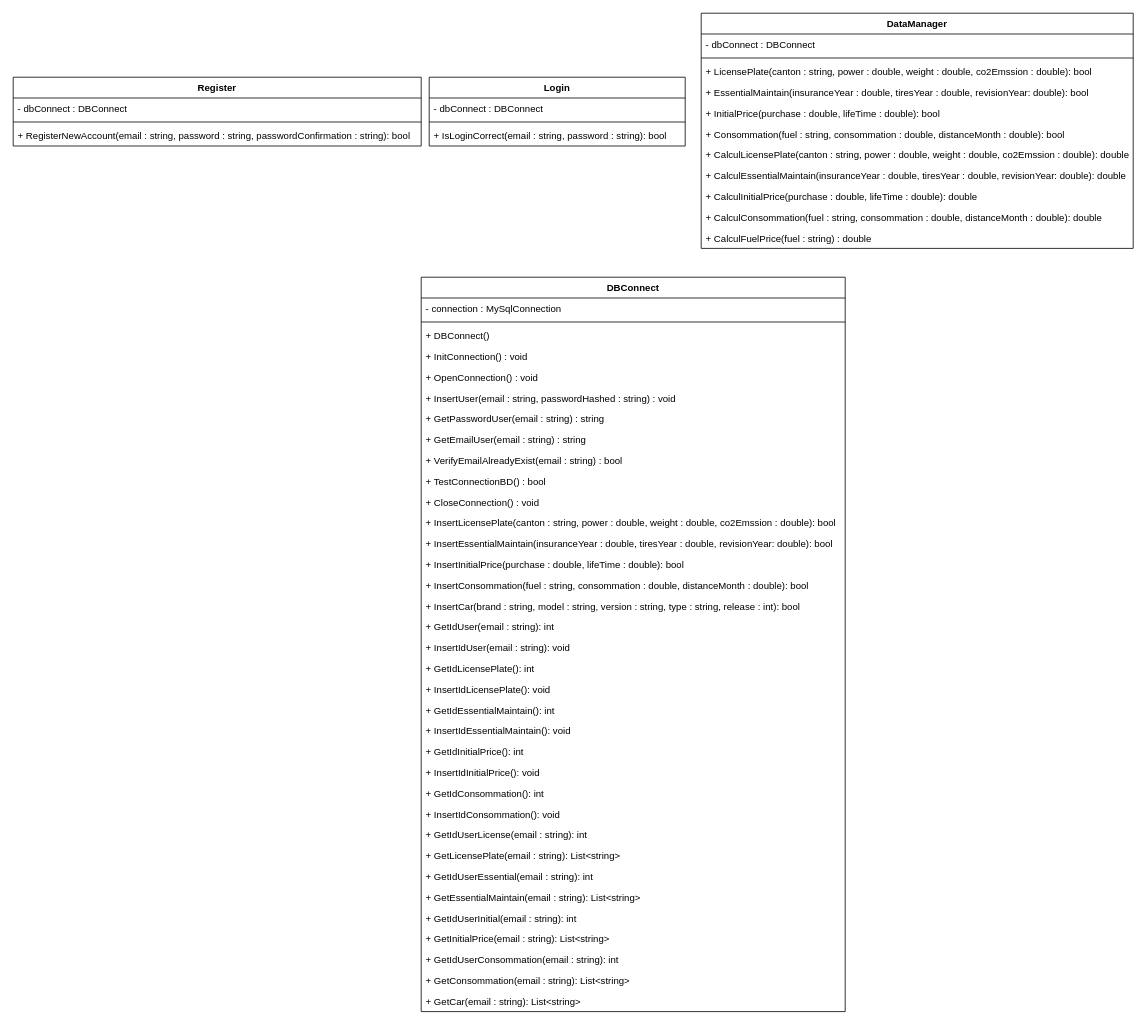
Above: Documentation/Sprint1/diagrammeClasse.drawio in ThomasCPNV/CcubeProject (draw.io), before the change. Source tidied: cells renumbered, new cells numbered last; positions are measured from the earlier drawing's top-left corner, leaving out a move shared by most shapes. Both pictures are drawn from the tidied source at 80%, with x=0, y=0 at pixel (13, 13).
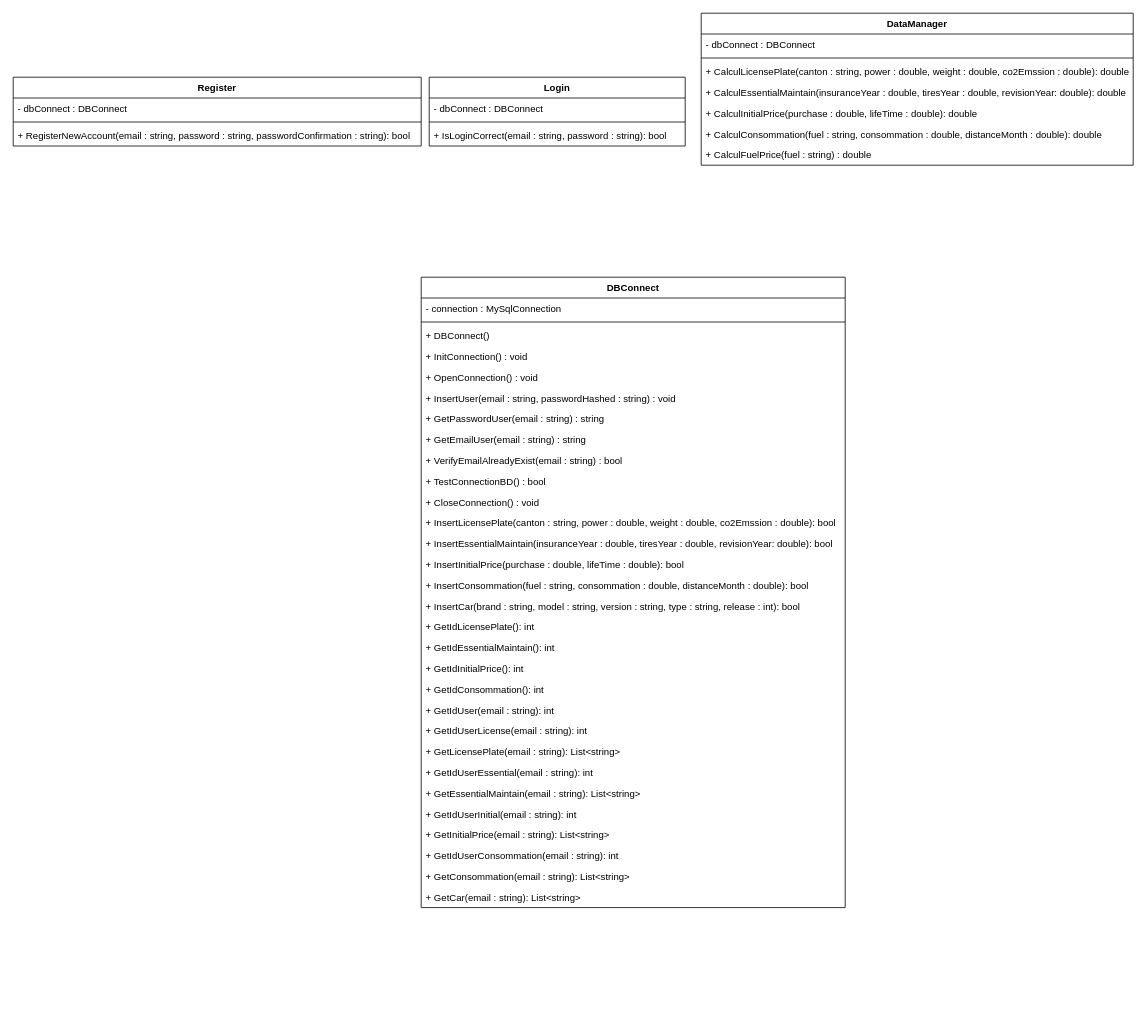
The same page after the edit.

Commit message (it also covers changes not shown here):
correction diagramme de classe

What changed in the source:
```diff
@@
     <mxCell id="10" value="DataManager" style="swimlane;fontStyle=1;align=center;verticalAlign=top;horizontal=1;startSize=26;" parent="1" vertex="1">
-      <mxGeometry x="860" width="540" height="294" as="geometry" />
+      <mxGeometry x="860" width="540" height="190" as="geometry" />
     </mxCell>
@@
-    <mxCell id="13" value="+ LicensePlate(canton : string, power : double, weight : double, co2Emssion : double): bool" style="text;strokeColor=none;fillColor=none;align=left;verticalAlign=top;spacingLeft=4;spacingRight=4;overflow=hidden;" parent="10" vertex="1">
-      <mxGeometry y="60" width="540" height="26" as="geometry" />
-    </mxCell>
-    <mxCell id="14" value="+ EssentialMaintain(insuranceYear : double, tiresYear : double, revisionYear: double): bool" style="text;strokeColor=none;fillColor=none;align=left;verticalAlign=top;spacingLeft=4;spacingRight=4;overflow=hidden;" parent="10" vertex="1">
-      <mxGeometry y="86" width="540" height="26" as="geometry" />
-    </mxCell>
-    <mxCell id="15" value="+ InitialPrice(purchase : double, lifeTime : double): bool" style="text;strokeColor=none;fillColor=none;align=left;verticalAlign=top;spacingLeft=4;spacingRight=4;overflow=hidden;" parent="10" vertex="1">
-      <mxGeometry y="112" width="540" height="26" as="geometry" />
-    </mxCell>
-    <mxCell id="16" value="+ Consommation(fuel : string, consommation : double, distanceMonth : double): bool" style="text;strokeColor=none;fillColor=none;align=left;verticalAlign=top;spacingLeft=4;spacingRight=4;overflow=hidden;" parent="10" vertex="1">
-      <mxGeometry y="138" width="540" height="26" as="geometry" />
-    </mxCell>
     <mxCell id="17" value="+ CalculLicensePlate(canton : string, power : double, weight : double, co2Emssion : double): double" style="text;strokeColor=none;fillColor=none;align=left;verticalAlign=top;spacingLeft=4;spacingRight=4;overflow=hidden;" parent="10" vertex="1">
-      <mxGeometry y="164" width="540" height="26" as="geometry" />
+      <mxGeometry y="60" width="540" height="26" as="geometry" />
     </mxCell>
     <mxCell id="18" value="+ CalculEssentialMaintain(insuranceYear : double, tiresYear : double, revisionYear: double): double" style="text;strokeColor=none;fillColor=none;align=left;verticalAlign=top;spacingLeft=4;spacingRight=4;overflow=hidden;" parent="10" vertex="1">
-      <mxGeometry y="190" width="540" height="26" as="geometry" />
+      <mxGeometry y="86" width="540" height="26" as="geometry" />
     </mxCell>
     <mxCell id="19" value="+ CalculInitialPrice(purchase : double, lifeTime : double): double" style="text;strokeColor=none;fillColor=none;align=left;verticalAlign=top;spacingLeft=4;spacingRight=4;overflow=hidden;" parent="10" vertex="1">
-      <mxGeometry y="216" width="540" height="26" as="geometry" />
+      <mxGeometry y="112" width="540" height="26" as="geometry" />
     </mxCell>
     <mxCell id="20" value="+ CalculConsommation(fuel : string, consommation : double, distanceMonth : double): double" style="text;strokeColor=none;fillColor=none;align=left;verticalAlign=top;spacingLeft=4;spacingRight=4;overflow=hidden;" parent="10" vertex="1">
-      <mxGeometry y="242" width="540" height="26" as="geometry" />
+      <mxGeometry y="138" width="540" height="26" as="geometry" />
     </mxCell>
     <mxCell id="21" value="+ CalculFuelPrice(fuel : string) : double" style="text;strokeColor=none;fillColor=none;align=left;verticalAlign=top;spacingLeft=4;spacingRight=4;overflow=hidden;" parent="10" vertex="1">
-      <mxGeometry y="268" width="540" height="26" as="geometry" />
+      <mxGeometry y="164" width="540" height="26" as="geometry" />
     </mxCell>
     <mxCell id="22" value="DBConnect" style="swimlane;fontStyle=1;align=center;verticalAlign=top;horizontal=1;startSize=26;" parent="1" vertex="1">
-      <mxGeometry x="510" y="330" width="530" height="918" as="geometry" />
+      <mxGeometry x="510" y="330" width="530" height="788" as="geometry" />
     </mxCell>
@@
-    <mxCell id="39" value="+ GetIdUser(email : string): int" style="text;strokeColor=none;fillColor=none;align=left;verticalAlign=top;spacingLeft=4;spacingRight=4;overflow=hidden;" parent="22" vertex="1">
-      <mxGeometry y="424" width="530" height="26" as="geometry" />
-    </mxCell>
-    <mxCell id="40" value="+ InsertIdUser(email : string): void" style="text;strokeColor=none;fillColor=none;align=left;verticalAlign=top;spacingLeft=4;spacingRight=4;overflow=hidden;" parent="22" vertex="1">
-      <mxGeometry y="450" width="530" height="26" as="geometry" />
-    </mxCell>
     <mxCell id="41" value="+ GetIdLicensePlate(): int" style="text;strokeColor=none;fillColor=none;align=left;verticalAlign=top;spacingLeft=4;spacingRight=4;overflow=hidden;" parent="22" vertex="1">
-      <mxGeometry y="476" width="530" height="26" as="geometry" />
+      <mxGeometry y="424" width="530" height="26" as="geometry" />
     </mxCell>
-    <mxCell id="42" value="+ InsertIdLicensePlate(): void" style="text;strokeColor=none;fillColor=none;align=left;verticalAlign=top;spacingLeft=4;spacingRight=4;overflow=hidden;" parent="22" vertex="1">
-      <mxGeometry y="502" width="530" height="26" as="geometry" />
-    </mxCell>
     <mxCell id="43" value="+ GetIdEssentialMaintain(): int" style="text;strokeColor=none;fillColor=none;align=left;verticalAlign=top;spacingLeft=4;spacingRight=4;overflow=hidden;" parent="22" vertex="1">
-      <mxGeometry y="528" width="530" height="26" as="geometry" />
+      <mxGeometry y="450" width="530" height="26" as="geometry" />
     </mxCell>
-    <mxCell id="44" value="+ InsertIdEssentialMaintain(): void" style="text;strokeColor=none;fillColor=none;align=left;verticalAlign=top;spacingLeft=4;spacingRight=4;overflow=hidden;" parent="22" vertex="1">
-      <mxGeometry y="554" width="530" height="26" as="geometry" />
-    </mxCell>
     <mxCell id="45" value="+ GetIdInitialPrice(): int" style="text;strokeColor=none;fillColor=none;align=left;verticalAlign=top;spacingLeft=4;spacingRight=4;overflow=hidden;" parent="22" vertex="1">
-      <mxGeometry y="580" width="530" height="26" as="geometry" />
+      <mxGeometry y="476" width="530" height="26" as="geometry" />
     </mxCell>
-    <mxCell id="46" value="+ InsertIdInitialPrice(): void" style="text;strokeColor=none;fillColor=none;align=left;verticalAlign=top;spacingLeft=4;spacingRight=4;overflow=hidden;" parent="22" vertex="1">
-      <mxGeometry y="606" width="530" height="26" as="geometry" />
-    </mxCell>
+    <mxCell id="58" value="+ GetIdConsommation(): int" style="text;strokeColor=none;fillColor=none;align=left;verticalAlign=top;spacingLeft=4;spacingRight=4;overflow=hidden;" parent="22" vertex="1">
+      <mxGeometry y="502" width="530" height="26" as="geometry" />
+    </mxCell>
-    <mxCell id="47" value="+ GetIdConsommation(): int" style="text;strokeColor=none;fillColor=none;align=left;verticalAlign=top;spacingLeft=4;spacingRight=4;overflow=hidden;" parent="22" vertex="1">
-      <mxGeometry y="632" width="530" height="26" as="geometry" />
+    <mxCell id="47" value="+ GetIdUser(email : string): int" style="text;strokeColor=none;fillColor=none;align=left;verticalAlign=top;spacingLeft=4;spacingRight=4;overflow=hidden;" parent="22" vertex="1">
+      <mxGeometry y="528" width="530" height="26" as="geometry" />
     </mxCell>
-    <mxCell id="48" value="+ InsertIdConsommation(): void" style="text;strokeColor=none;fillColor=none;align=left;verticalAlign=top;spacingLeft=4;spacingRight=4;overflow=hidden;" parent="22" vertex="1">
-      <mxGeometry y="658" width="530" height="26" as="geometry" />
-    </mxCell>
     <mxCell id="49" value="+ GetIdUserLicense(email : string): int" style="text;strokeColor=none;fillColor=none;align=left;verticalAlign=top;spacingLeft=4;spacingRight=4;overflow=hidden;" parent="22" vertex="1">
-      <mxGeometry y="684" width="530" height="26" as="geometry" />
+      <mxGeometry y="554" width="530" height="26" as="geometry" />
     </mxCell>
     <mxCell id="50" value="+ GetLicensePlate(email : string): List&lt;string&gt;" style="text;strokeColor=none;fillColor=none;align=left;verticalAlign=top;spacingLeft=4;spacingRight=4;overflow=hidden;" parent="22" vertex="1">
-      <mxGeometry y="710" width="530" height="26" as="geometry" />
+      <mxGeometry y="580" width="530" height="26" as="geometry" />
     </mxCell>
     <mxCell id="51" value="+ GetIdUserEssential(email : string): int" style="text;strokeColor=none;fillColor=none;align=left;verticalAlign=top;spacingLeft=4;spacingRight=4;overflow=hidden;" parent="22" vertex="1">
-      <mxGeometry y="736" width="530" height="26" as="geometry" />
+      <mxGeometry y="606" width="530" height="26" as="geometry" />
     </mxCell>
     <mxCell id="52" value="+ GetEssentialMaintain(email : string): List&lt;string&gt;" style="text;strokeColor=none;fillColor=none;align=left;verticalAlign=top;spacingLeft=4;spacingRight=4;overflow=hidden;" parent="22" vertex="1">
-      <mxGeometry y="762" width="530" height="26" as="geometry" />
+      <mxGeometry y="632" width="530" height="26" as="geometry" />
     </mxCell>
     <mxCell id="53" value="+ GetIdUserInitial(email : string): int" style="text;strokeColor=none;fillColor=none;align=left;verticalAlign=top;spacingLeft=4;spacingRight=4;overflow=hidden;" parent="22" vertex="1">
-      <mxGeometry y="788" width="530" height="26" as="geometry" />
+      <mxGeometry y="658" width="530" height="26" as="geometry" />
     </mxCell>
     <mxCell id="54" value="+ GetInitialPrice(email : string): List&lt;string&gt;" style="text;strokeColor=none;fillColor=none;align=left;verticalAlign=top;spacingLeft=4;spacingRight=4;overflow=hidden;" parent="22" vertex="1">
-      <mxGeometry y="814" width="530" height="26" as="geometry" />
+      <mxGeometry y="684" width="530" height="26" as="geometry" />
     </mxCell>
     <mxCell id="55" value="+ GetIdUserConsommation(email : string): int" style="text;strokeColor=none;fillColor=none;align=left;verticalAlign=top;spacingLeft=4;spacingRight=4;overflow=hidden;" parent="22" vertex="1">
-      <mxGeometry y="840" width="530" height="26" as="geometry" />
+      <mxGeometry y="710" width="530" height="26" as="geometry" />
     </mxCell>
     <mxCell id="56" value="+ GetConsommation(email : string): List&lt;string&gt;" style="text;strokeColor=none;fillColor=none;align=left;verticalAlign=top;spacingLeft=4;spacingRight=4;overflow=hidden;" parent="22" vertex="1">
-      <mxGeometry y="866" width="530" height="26" as="geometry" />
+      <mxGeometry y="736" width="530" height="26" as="geometry" />
     </mxCell>
     <mxCell id="57" value="+ GetCar(email : string): List&lt;string&gt;" style="text;strokeColor=none;fillColor=none;align=left;verticalAlign=top;spacingLeft=4;spacingRight=4;overflow=hidden;" parent="22" vertex="1">
-      <mxGeometry y="892" width="530" height="26" as="geometry" />
+      <mxGeometry y="762" width="530" height="26" as="geometry" />
     </mxCell>
```
